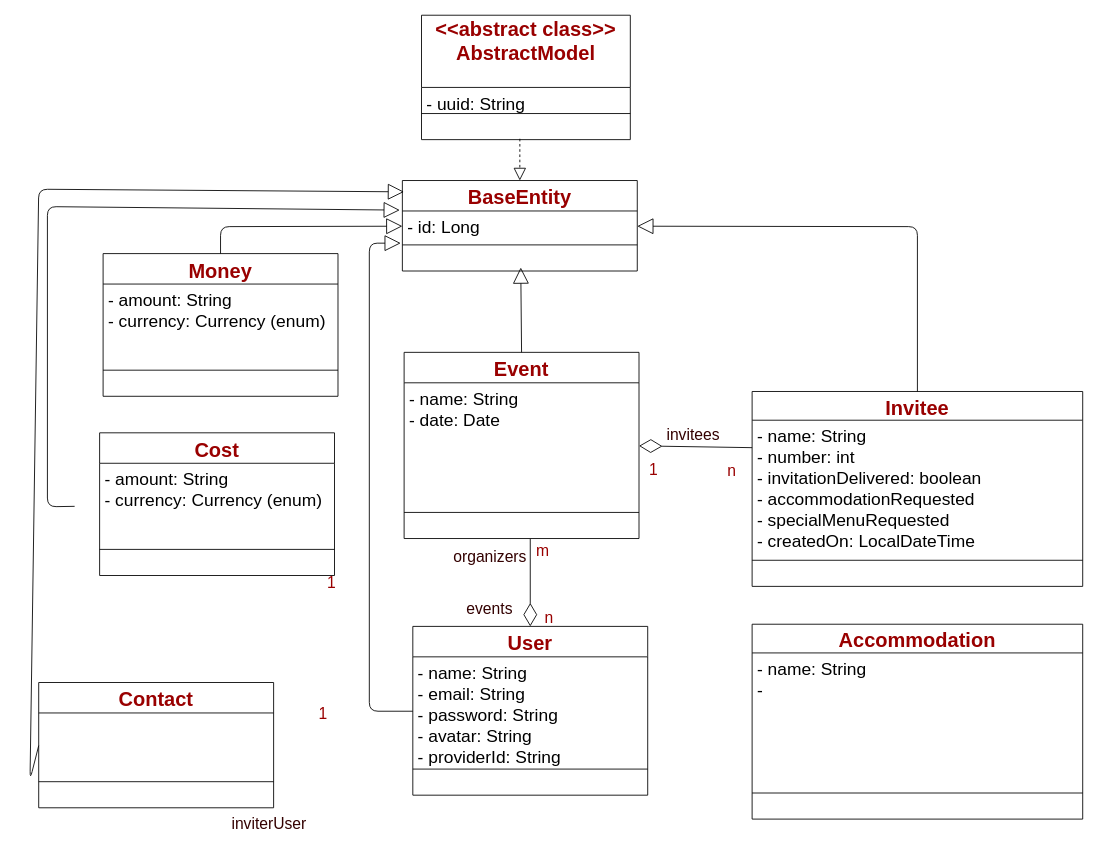
The draw.io diagram szervezor_class_diagram.drawio in tbkincso/SoftEng, before the edit. Source tidied: cells renumbered, new cells numbered last; positions are measured from the earlier drawing's top-left corner, leaving out a move shared by most shapes. Both pictures are drawn from the tidied source at 87%, with x=0, y=0 at pixel (30, 15).
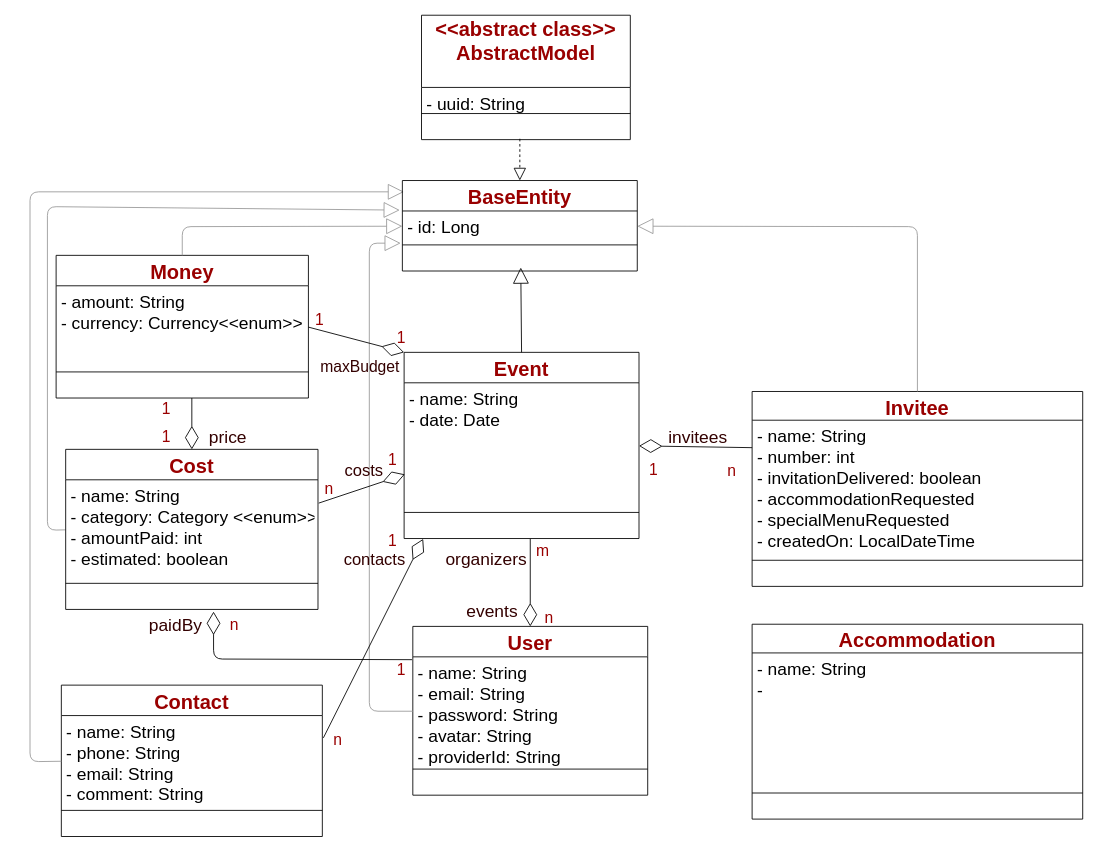
The same diagram, later.

The change refers to these unchanged cells:
```xml
<mxCell id="2" value="Invitee" style="swimlane;fontStyle=1;align=center;verticalAlign=middle;horizontal=1;startSize=33;swimlaneFillColor=#ffffff;strokeColor=#000000;strokeWidth=1;fillColor=none;fontSize=23;fontColor=#990000;perimeterSpacing=0;" parent="1" vertex="1">
  <mxGeometry x="830" y="432.5" width="380" height="224" as="geometry" />
</mxCell>
<mxCell id="6" value="Event" style="swimlane;fontStyle=1;align=center;verticalAlign=middle;horizontal=1;startSize=35;swimlaneFillColor=#ffffff;strokeColor=#000000;strokeWidth=1;fillColor=none;fontSize=23;fontColor=#990000;perimeterSpacing=0;" parent="1" vertex="1">
  <mxGeometry x="430" y="387.5" width="270" height="214" as="geometry" />
</mxCell>
<mxCell id="7" value="- name: String&#10;- date: Date&#10;" style="text;strokeColor=none;fillColor=none;align=left;verticalAlign=top;spacingLeft=4;spacingRight=4;overflow=hidden;points=[[0,0.5],[1,0.5]];portConstraint=eastwest;fontSize=20;" parent="6" vertex="1">
  <mxGeometry y="35" width="270" height="145" as="geometry" />
</mxCell>
<mxCell id="9" value=" " style="text;strokeColor=none;fillColor=none;align=left;verticalAlign=top;spacingLeft=4;spacingRight=4;overflow=hidden;points=[[0,0.5],[1,0.5]];portConstraint=eastwest;" parent="6" vertex="1">
  <mxGeometry y="188" width="270" height="26" as="geometry" />
</mxCell>
<mxCell id="31" value="- name: String&#10;- email: String&#10;- password: String&#10;- avatar: String&#10;- providerId: String" style="text;strokeColor=none;fillColor=none;align=left;verticalAlign=top;spacingLeft=4;spacingRight=4;overflow=hidden;points=[[0,0.5],[1,0.5]];portConstraint=eastwest;fontSize=20;" parent="30" vertex="1">
  <mxGeometry y="35" width="270" height="125" as="geometry" />
</mxCell>
<mxCell id="42" value="BaseEntity" style="swimlane;fontStyle=1;align=center;verticalAlign=middle;horizontal=1;startSize=35;swimlaneFillColor=#ffffff;strokeColor=#000000;strokeWidth=1;fillColor=none;fontSize=23;fontColor=#990000;perimeterSpacing=0;" parent="1" vertex="1">
  <mxGeometry x="428" y="190" width="270" height="104" as="geometry" />
</mxCell>
<mxCell id="43" value="- id: Long" style="text;strokeColor=none;fillColor=none;align=left;verticalAlign=top;spacingLeft=4;spacingRight=4;overflow=hidden;points=[[0,0.5],[1,0.5]];portConstraint=eastwest;fontSize=20;" parent="42" vertex="1">
  <mxGeometry y="35" width="270" height="35" as="geometry" />
</mxCell>
```

Diff of the diagram source:
```diff
@@
     <mxCell id="10" value="Money" style="swimlane;fontStyle=1;align=center;verticalAlign=middle;horizontal=1;startSize=35;swimlaneFillColor=#ffffff;strokeColor=#000000;strokeWidth=1;fillColor=none;fontSize=23;fontColor=#990000;perimeterSpacing=0;" parent="1" vertex="1">
-      <mxGeometry x="84" y="274" width="270" height="164" as="geometry" />
+      <mxGeometry x="30" y="276" width="290" height="164" as="geometry" />
     </mxCell>
-    <mxCell id="11" value="- amount: String&#10;- currency: Currency (enum)&#10;&#10;" style="text;strokeColor=none;fillColor=none;align=left;verticalAlign=top;spacingLeft=4;spacingRight=4;overflow=hidden;points=[[0,0.5],[1,0.5]];portConstraint=eastwest;fontSize=20;" parent="10" vertex="1">
-      <mxGeometry y="35" width="270" height="95" as="geometry" />
+    <mxCell id="11" value="- amount: String&#10;- currency: Currency&lt;&lt;enum&gt;&gt;&#10;&#10;" style="text;strokeColor=none;fillColor=none;align=left;verticalAlign=top;spacingLeft=4;spacingRight=4;overflow=hidden;points=[[0,0.5],[1,0.5]];portConstraint=eastwest;fontSize=20;" parent="10" vertex="1">
+      <mxGeometry y="35" width="290" height="95" as="geometry" />
     </mxCell>
     <mxCell id="12" style="line;strokeWidth=1;fillColor=none;align=left;verticalAlign=middle;spacingTop=-1;spacingLeft=3;spacingRight=3;labelPosition=right;" parent="10" vertex="1">
-      <mxGeometry y="130" width="270" height="8" as="geometry" />
+      <mxGeometry y="130" width="290" height="8" as="geometry" />
     </mxCell>
     <mxCell id="13" value=" " style="text;strokeColor=none;fillColor=none;align=left;verticalAlign=top;spacingLeft=4;spacingRight=4;overflow=hidden;" parent="10" vertex="1">
-      <mxGeometry y="138" width="270" height="26" as="geometry" />
+      <mxGeometry y="138" width="290" height="26" as="geometry" />
     </mxCell>
     <mxCell id="14" value="Contact" style="swimlane;fontStyle=1;align=center;verticalAlign=middle;horizontal=1;startSize=35;swimlaneFillColor=#ffffff;strokeColor=#000000;strokeWidth=1;fillColor=none;fontSize=23;fontColor=#990000;perimeterSpacing=0;" parent="1" vertex="1">
-      <mxGeometry x="10" y="767" width="270" height="144" as="geometry" />
+      <mxGeometry x="36" y="770" width="300" height="174" as="geometry" />
     </mxCell>
-    <mxCell id="15" value="&#10;" style="text;strokeColor=none;fillColor=none;align=left;verticalAlign=top;spacingLeft=4;spacingRight=4;overflow=hidden;points=[[0,0.5],[1,0.5]];portConstraint=eastwest;fontSize=20;" parent="14" vertex="1">
-      <mxGeometry y="35" width="270" height="75" as="geometry" />
+    <mxCell id="15" value="- name: String&#10;- phone: String&#10;- email: String&#10;- comment: String&#10;" style="text;strokeColor=none;fillColor=none;align=left;verticalAlign=top;spacingLeft=4;spacingRight=4;overflow=hidden;points=[[0,0.5],[1,0.5]];portConstraint=eastwest;fontSize=20;" parent="14" vertex="1">
+      <mxGeometry y="35" width="300" height="105" as="geometry" />
     </mxCell>
     <mxCell id="16" style="line;strokeWidth=1;fillColor=none;align=left;verticalAlign=middle;spacingTop=-1;spacingLeft=3;spacingRight=3;labelPosition=right;" parent="14" vertex="1">
-      <mxGeometry y="110" width="270" height="8" as="geometry" />
+      <mxGeometry y="140" width="300" height="8" as="geometry" />
     </mxCell>
     <mxCell id="17" value=" " style="text;strokeColor=none;fillColor=none;align=left;verticalAlign=top;spacingLeft=4;spacingRight=4;overflow=hidden;" parent="14" vertex="1">
-      <mxGeometry y="118" width="270" height="26" as="geometry" />
+      <mxGeometry y="148" width="300" height="26" as="geometry" />
     </mxCell>
-    <mxCell id="18" style="endArrow=block;endSize=16;endFill=0;html=1;fontSize=16;fontColor=#990000;exitX=0.5;exitY=0;entryX=1;entryY=0.5;entryDx=0;entryDy=0;" parent="1" edge="1" source="2" target="43">
+    <mxCell id="18" style="endArrow=block;endSize=16;endFill=0;html=1;fontSize=16;fontColor=#990000;exitX=0.5;exitY=0;entryX=1;entryY=0.5;entryDx=0;entryDy=0;strokeColor=#999999;" parent="1" edge="1" source="2" target="43">
       <mxGeometry relative="1" as="geometry">
         <Array as="points">
           <mxPoint x="1020" y="243" />
         </Array>
       </mxGeometry>
     </mxCell>
-    <mxCell id="19" style="endArrow=block;endSize=16;endFill=0;html=1;fontSize=16;fontColor=#990000;exitX=0.5;exitY=0;entryX=0;entryY=0.5;entryDx=0;entryDy=0;" parent="1" edge="1" source="10" target="43">
+    <mxCell id="19" style="endArrow=block;endSize=16;endFill=0;html=1;fontSize=16;fontColor=#990000;exitX=0.5;exitY=0;entryX=0;entryY=0.5;entryDx=0;entryDy=0;strokeColor=#999999;" parent="1" edge="1" source="10" target="43">
       <mxGeometry relative="1" as="geometry">
         <Array as="points">
-          <mxPoint x="219" y="243" />
+          <mxPoint x="175" y="243" />
         </Array>
       </mxGeometry>
     </mxCell>
-    <mxCell id="20" style="endArrow=block;endSize=16;endFill=0;html=1;fontSize=16;fontColor=#990000;entryX=-0.011;entryY=0.327;exitX=0.005;exitY=0.115;exitPerimeter=0;entryDx=0;entryDy=0;entryPerimeter=0;" parent="1" edge="1" target="42">
+    <mxCell id="20" style="endArrow=block;endSize=16;endFill=0;html=1;fontSize=16;fontColor=#990000;entryX=-0.011;entryY=0.327;exitX=0;exitY=0.5;entryDx=0;entryDy=0;entryPerimeter=0;strokeColor=#999999;exitDx=0;exitDy=0;" parent="1" edge="1" source="54" target="42">
       <mxGeometry relative="1" as="geometry">
-        <mxPoint x="51.3" y="564.5" as="sourcePoint" />
         <Array as="points">
-          <mxPoint x="20" y="565" />
+          <mxPoint x="20" y="592" />
           <mxPoint x="20" y="220" />
         </Array>
       </mxGeometry>
     </mxCell>
-    <mxCell id="21" style="endArrow=block;endSize=16;endFill=0;html=1;fontSize=16;fontColor=#990000;exitX=0;exitY=0.5;entryX=0.007;entryY=0.125;entryDx=0;entryDy=0;entryPerimeter=0;" parent="1" edge="1" source="15" target="42">
+    <mxCell id="21" style="endArrow=block;endSize=16;endFill=0;html=1;fontSize=16;fontColor=#990000;exitX=0;exitY=0.5;entryX=0.007;entryY=0.125;entryDx=0;entryDy=0;entryPerimeter=0;strokeColor=#999999;" parent="1" edge="1" source="15" target="42">
       <mxGeometry relative="1" as="geometry">
         <Array as="points">
-          <mxPoint y="879" />
-          <mxPoint x="10" y="200" />
+          <mxPoint y="858" />
+          <mxPoint y="203" />
         </Array>
       </mxGeometry>
     </mxCell>
-    <mxCell id="22" value="&lt;font color=&quot;#330000&quot;&gt;inviterUser&lt;/font&gt;" style="text;html=1;align=left;verticalAlign=top;spacingTop=-4;fontSize=18;fontColor=#990000;" parent="1" vertex="1">
-      <mxGeometry x="230" y="916.5" width="100" height="20" as="geometry" />
-    </mxCell>
@@
-    <mxCell id="24" value="1" style="text;html=1;align=left;verticalAlign=top;spacingTop=-4;fontSize=18;fontColor=#990000;" parent="1" vertex="1">
-      <mxGeometry x="340" y="640" width="30" height="20" as="geometry" />
+    <mxCell id="24" value="n" style="text;html=1;align=left;verticalAlign=top;spacingTop=-4;fontSize=18;fontColor=#990000;" parent="1" vertex="1">
+      <mxGeometry x="228" y="688" width="30" height="20" as="geometry" />
     </mxCell>
@@
-    <mxCell id="26" value="&lt;font color=&quot;#330000&quot;&gt;invitees&lt;/font&gt;" style="text;html=1;align=left;verticalAlign=top;spacingTop=-4;fontSize=18;fontColor=#990000;" parent="1" vertex="1">
-      <mxGeometry x="730" y="470" width="80" height="20" as="geometry" />
+    <mxCell id="26" value="&lt;font color=&quot;#330000&quot; style=&quot;font-size: 20px&quot;&gt;invitees&lt;/font&gt;" style="text;html=1;align=left;verticalAlign=top;spacingTop=-4;fontSize=18;fontColor=#990000;" parent="1" vertex="1">
+      <mxGeometry x="732" y="470" width="80" height="20" as="geometry" />
     </mxCell>
@@
     <mxCell id="29" value="1" style="text;html=1;points=[];align=left;verticalAlign=top;spacingTop=-4;fontSize=18;fontColor=#990000;" parent="1" vertex="1">
-      <mxGeometry x="330" y="790" width="30" height="20" as="geometry" />
+      <mxGeometry x="420" y="740" width="30" height="20" as="geometry" />
     </mxCell>
@@
-    <mxCell id="36" value="&lt;font color=&quot;#330000&quot;&gt;events&lt;/font&gt;" style="text;html=1;align=left;verticalAlign=top;spacingTop=-4;fontSize=18;fontColor=#990000;" parent="1" vertex="1">
+    <mxCell id="36" value="&lt;font color=&quot;#330000&quot; style=&quot;font-size: 20px&quot;&gt;events&lt;/font&gt;" style="text;html=1;align=left;verticalAlign=top;spacingTop=-4;fontSize=18;fontColor=#990000;" parent="1" vertex="1">
       <mxGeometry x="500" y="670" width="70" height="20" as="geometry" />
     </mxCell>
-    <mxCell id="37" value="&lt;font color=&quot;#330000&quot;&gt;organizers&lt;/font&gt;" style="text;html=1;align=left;verticalAlign=top;spacingTop=-4;fontSize=18;fontColor=#990000;" parent="1" vertex="1">
-      <mxGeometry x="485" y="610" width="100" height="20" as="geometry" />
+    <mxCell id="37" value="&lt;font color=&quot;#330000&quot; style=&quot;font-size: 20px&quot;&gt;organizers&lt;/font&gt;" style="text;html=1;align=left;verticalAlign=top;spacingTop=-4;fontSize=18;fontColor=#990000;" parent="1" vertex="1">
+      <mxGeometry x="476" y="610" width="110" height="20" as="geometry" />
     </mxCell>
@@
-    <mxCell id="48" style="endArrow=block;endSize=16;endFill=0;html=1;fontSize=20;exitX=0;exitY=0.5;exitDx=0;exitDy=0;entryX=-0.007;entryY=1.057;entryDx=0;entryDy=0;entryPerimeter=0;" parent="1" edge="1" source="31" target="43">
+    <mxCell id="48" style="endArrow=block;endSize=16;endFill=0;html=1;fontSize=20;exitX=0;exitY=0.5;exitDx=0;exitDy=0;entryX=-0.007;entryY=1.057;entryDx=0;entryDy=0;entryPerimeter=0;strokeColor=#999999;" parent="1" edge="1" source="31" target="43">
       <mxGeometry relative="1" as="geometry">
         <Array as="points">
           <mxPoint x="390" y="800" />
           <mxPoint x="390" y="262" />
         </Array>
       </mxGeometry>
     </mxCell>
@@
     <mxCell id="53" value="Cost" style="swimlane;fontStyle=1;align=center;verticalAlign=middle;horizontal=1;startSize=35;swimlaneFillColor=#ffffff;strokeColor=#000000;strokeWidth=1;fillColor=none;fontSize=23;fontColor=#990000;perimeterSpacing=0;" parent="1" vertex="1">
-      <mxGeometry x="80" y="480" width="270" height="164" as="geometry" />
+      <mxGeometry x="41" y="499" width="290" height="184" as="geometry" />
     </mxCell>
-    <mxCell id="54" value="- amount: String&#10;- currency: Currency (enum)&#10;&#10;" style="text;strokeColor=none;fillColor=none;align=left;verticalAlign=top;spacingLeft=4;spacingRight=4;overflow=hidden;points=[[0,0.5],[1,0.5]];portConstraint=eastwest;fontSize=20;" parent="53" vertex="1">
-      <mxGeometry y="35" width="270" height="95" as="geometry" />
+    <mxCell id="54" value="- name: String&#10;- category: Category &lt;&lt;enum&gt;&gt;&#10;- amountPaid: int&#10;- estimated: boolean&#10;" style="text;strokeColor=none;fillColor=none;align=left;verticalAlign=top;spacingLeft=4;spacingRight=4;overflow=hidden;points=[[0,0.5],[1,0.5]];portConstraint=eastwest;fontSize=20;" parent="53" vertex="1">
+      <mxGeometry y="35" width="290" height="115" as="geometry" />
     </mxCell>
     <mxCell id="55" style="line;strokeWidth=1;fillColor=none;align=left;verticalAlign=middle;spacingTop=-1;spacingLeft=3;spacingRight=3;labelPosition=right;" parent="53" vertex="1">
-      <mxGeometry y="130" width="270" height="8" as="geometry" />
+      <mxGeometry y="150" width="290" height="8" as="geometry" />
     </mxCell>
     <mxCell id="56" value=" " style="text;strokeColor=none;fillColor=none;align=left;verticalAlign=top;spacingLeft=4;spacingRight=4;overflow=hidden;points=[[0,0.5],[1,0.5]];portConstraint=eastwest;" parent="53" vertex="1">
-      <mxGeometry y="138" width="270" height="26" as="geometry" />
+      <mxGeometry y="158" width="290" height="26" as="geometry" />
     </mxCell>
+    <mxCell id="57" style="endArrow=diamondThin;endFill=0;endSize=24;html=1;fontSize=18;fontColor=#990000;entryX=0;entryY=0;exitX=1;exitY=0.5;entryDx=0;entryDy=0;exitDx=0;exitDy=0;" parent="1" edge="1" source="11" target="6">
+      <mxGeometry relative="1" as="geometry" />
+    </mxCell>
+    <mxCell id="58" value="1" style="text;html=1;align=left;verticalAlign=top;spacingTop=-4;fontSize=18;fontColor=#990000;" parent="1" vertex="1">
+      <mxGeometry x="420" y="358" width="30" height="20" as="geometry" />
+    </mxCell>
+    <mxCell id="59" value="1" style="text;html=1;align=left;verticalAlign=top;spacingTop=-4;fontSize=18;fontColor=#990000;" parent="1" vertex="1">
+      <mxGeometry x="326" y="338" width="30" height="20" as="geometry" />
+    </mxCell>
+    <mxCell id="60" value="&lt;font color=&quot;#330000&quot; style=&quot;font-size: 18px&quot;&gt;maxBudget&lt;/font&gt;" style="text;html=1;align=left;verticalAlign=top;spacingTop=-4;fontSize=18;fontColor=#990000;" parent="1" vertex="1">
+      <mxGeometry x="332" y="392" width="110" height="20" as="geometry" />
+    </mxCell>
+    <mxCell id="61" style="endArrow=diamondThin;endFill=0;endSize=24;html=1;fontSize=18;fontColor=#990000;entryX=0.5;entryY=0;entryDx=0;entryDy=0;" parent="1" edge="1" target="53">
+      <mxGeometry relative="1" as="geometry">
+        <mxPoint x="186" y="440" as="sourcePoint" />
+      </mxGeometry>
+    </mxCell>
+    <mxCell id="62" value="&lt;font color=&quot;#330000&quot; style=&quot;font-size: 20px&quot;&gt;price&lt;/font&gt;" style="text;html=1;align=left;verticalAlign=top;spacingTop=-4;fontSize=18;fontColor=#990000;" parent="1" vertex="1">
+      <mxGeometry x="204" y="470" width="60" height="20" as="geometry" />
+    </mxCell>
+    <mxCell id="63" value="1" style="text;html=1;align=left;verticalAlign=top;spacingTop=-4;fontSize=18;fontColor=#990000;" parent="1" vertex="1">
+      <mxGeometry x="150" y="472" width="30" height="20" as="geometry" />
+    </mxCell>
+    <mxCell id="64" value="1" style="text;html=1;align=left;verticalAlign=top;spacingTop=-4;fontSize=18;fontColor=#990000;" parent="1" vertex="1">
+      <mxGeometry x="150" y="440" width="30" height="20" as="geometry" />
+    </mxCell>
+    <mxCell id="65" style="endArrow=diamondThin;endFill=0;endSize=24;html=1;fontSize=18;fontColor=#990000;entryX=0.586;entryY=1.095;entryDx=0;entryDy=0;exitX=0.635;exitY=0.038;exitDx=0;exitDy=0;exitPerimeter=0;entryPerimeter=0;" parent="1" edge="1" source="29" target="56">
+      <mxGeometry relative="1" as="geometry">
+        <Array as="points">
+          <mxPoint x="211" y="740" />
+        </Array>
+      </mxGeometry>
+    </mxCell>
+    <mxCell id="66" value="&lt;font color=&quot;#330000&quot; style=&quot;font-size: 20px&quot;&gt;paidBy&lt;/font&gt;" style="text;html=1;align=left;verticalAlign=top;spacingTop=-4;fontSize=18;fontColor=#990000;" parent="1" vertex="1">
+      <mxGeometry x="135" y="686" width="80" height="20" as="geometry" />
+    </mxCell>
+    <mxCell id="67" style="endArrow=diamondThin;endFill=0;endSize=24;html=1;fontSize=18;fontColor=#990000;entryX=0.003;entryY=0.726;entryDx=0;entryDy=0;entryPerimeter=0;exitX=1.003;exitY=0.233;exitDx=0;exitDy=0;exitPerimeter=0;" parent="1" edge="1" source="54" target="7">
+      <mxGeometry relative="1" as="geometry" />
+    </mxCell>
+    <mxCell id="68" value="&lt;font color=&quot;#330000&quot; style=&quot;font-size: 19px&quot;&gt;costs&lt;/font&gt;" style="text;html=1;align=left;verticalAlign=top;spacingTop=-4;fontSize=18;fontColor=#990000;" parent="1" vertex="1">
+      <mxGeometry x="360" y="510" width="60" height="20" as="geometry" />
+    </mxCell>
+    <mxCell id="69" value="1" style="text;html=1;align=left;verticalAlign=top;spacingTop=-4;fontSize=18;fontColor=#990000;" parent="1" vertex="1">
+      <mxGeometry x="410" y="497.5" width="30" height="20" as="geometry" />
+    </mxCell>
+    <mxCell id="70" value="n" style="text;html=1;align=left;verticalAlign=top;spacingTop=-4;fontSize=18;fontColor=#990000;" parent="1" vertex="1">
+      <mxGeometry x="337" y="531.5" width="30" height="20" as="geometry" />
+    </mxCell>
+    <mxCell id="71" style="endArrow=diamondThin;endFill=0;endSize=24;html=1;fontSize=18;fontColor=#990000;entryX=0.081;entryY=1.017;entryDx=0;entryDy=0;entryPerimeter=0;exitX=1.004;exitY=0.244;exitDx=0;exitDy=0;exitPerimeter=0;" parent="1" edge="1" source="15" target="9">
+      <mxGeometry relative="1" as="geometry" />
+    </mxCell>
+    <mxCell id="72" value="&lt;font color=&quot;#330000&quot; style=&quot;font-size: 19px&quot;&gt;contacts&lt;/font&gt;" style="text;html=1;align=left;verticalAlign=top;spacingTop=-4;fontSize=18;fontColor=#990000;" parent="1" vertex="1">
+      <mxGeometry x="359" y="611.5" width="90" height="20" as="geometry" />
+    </mxCell>
+    <mxCell id="73" value="1" style="text;html=1;align=left;verticalAlign=top;spacingTop=-4;fontSize=18;fontColor=#990000;" parent="1" vertex="1">
+      <mxGeometry x="410" y="591.5" width="30" height="20" as="geometry" />
+    </mxCell>
+    <mxCell id="74" value="n" style="text;html=1;align=left;verticalAlign=top;spacingTop=-4;fontSize=18;fontColor=#990000;" parent="1" vertex="1">
+      <mxGeometry x="347" y="820" width="30" height="20" as="geometry" />
+    </mxCell>
```
